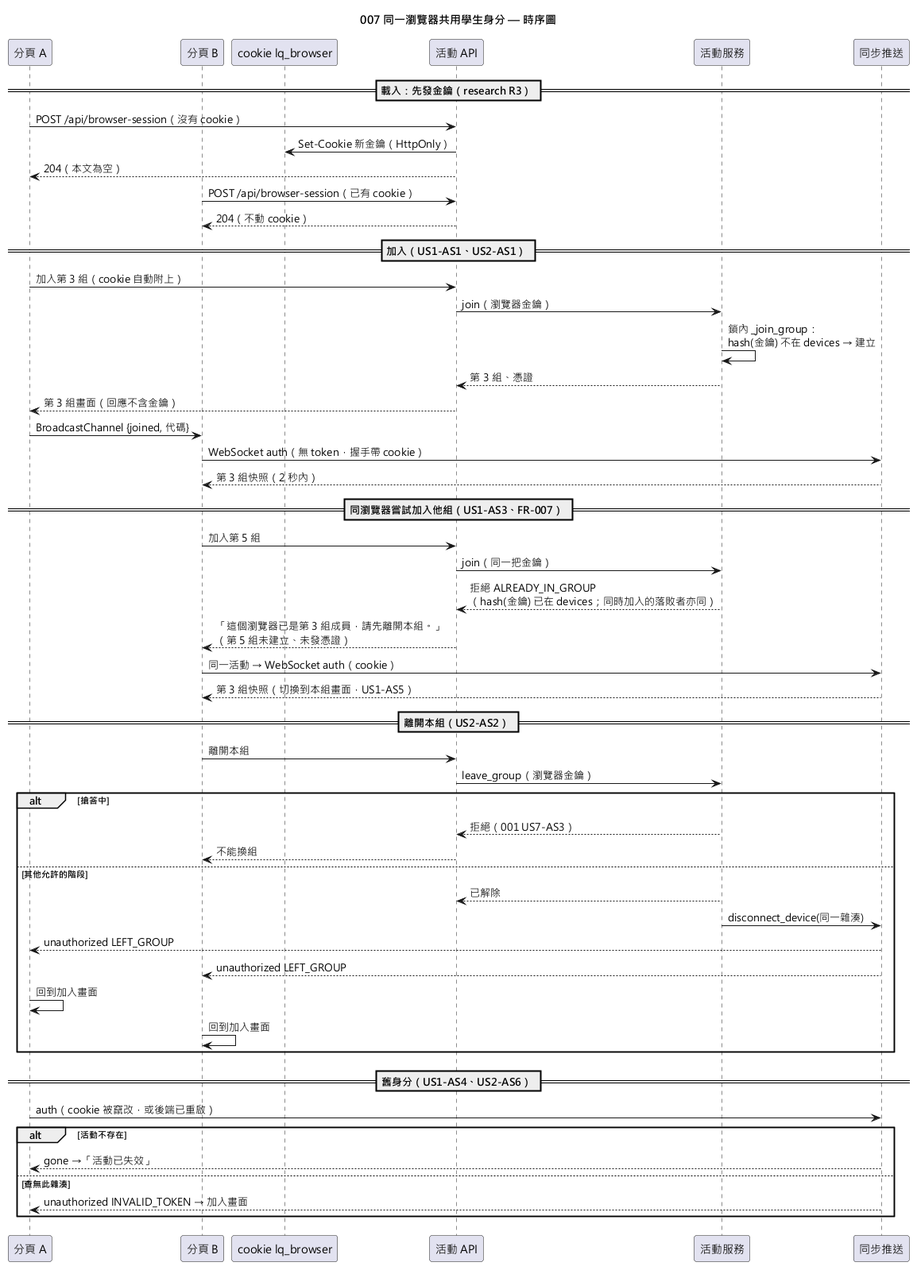
Before: diagrams/007-browser-identity-sync-sequence.png, a diagram exported from PlantUML (EricC430/lecture-answer-first_group16_speckit).
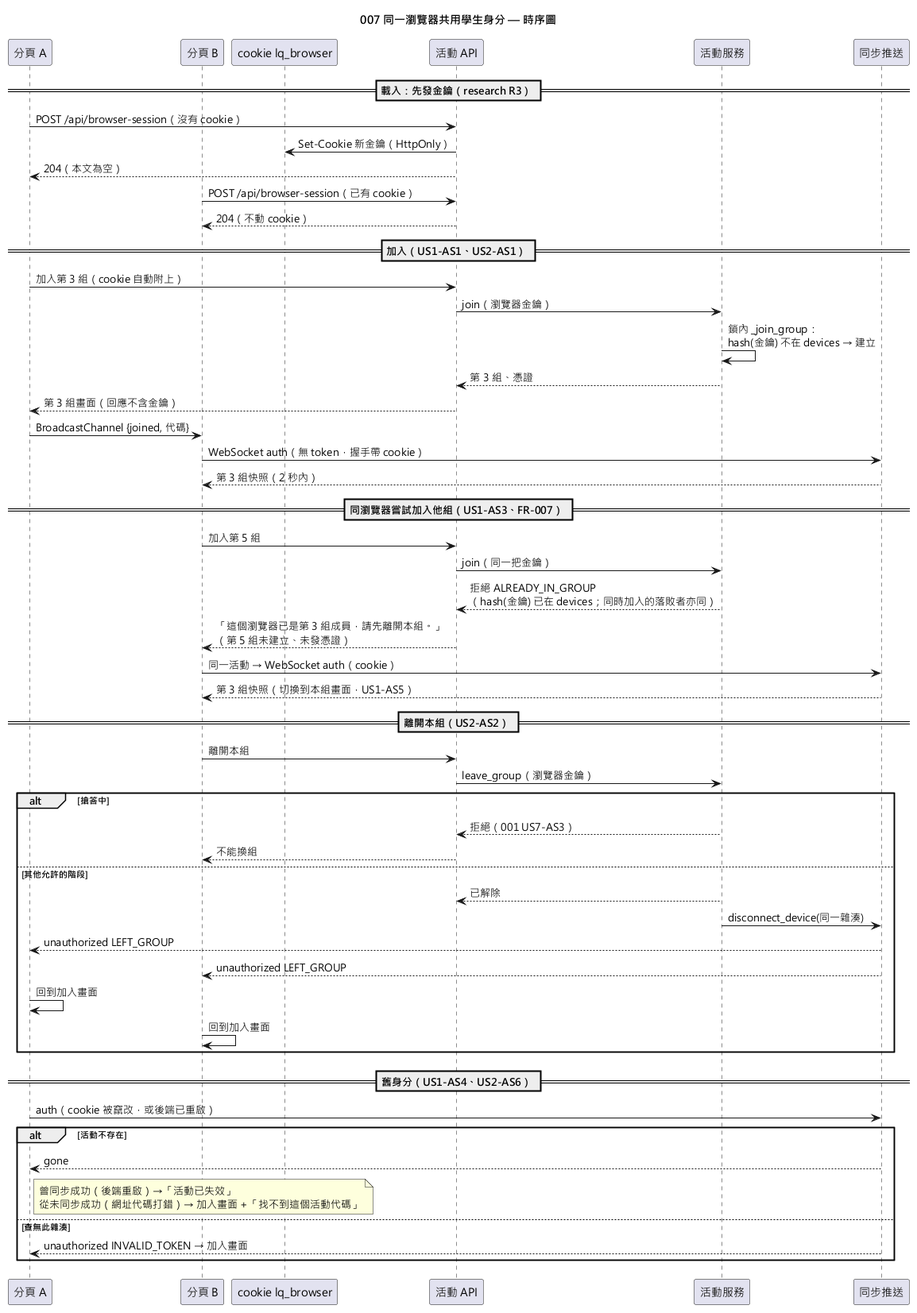
After the commit.

Diff of the diagram source:
```diff
@@ -53,7 +53,11 @@
 == 舊身分（US1-AS4、US2-AS6） ==
 A -> Sync : auth（cookie 被竄改，或後端已重啟）
 alt 活動不存在
-  Sync --> A : gone →「活動已失效」
+  Sync --> A : gone
+  note right of A
+    曾同步成功（後端重啟）→「活動已失效」
+    從未同步成功（網址代碼打錯）→ 加入畫面 +「找不到這個活動代碼」
+  end note
 else 查無此雜湊
   Sync --> A : unauthorized INVALID_TOKEN → 加入畫面
 end
```
